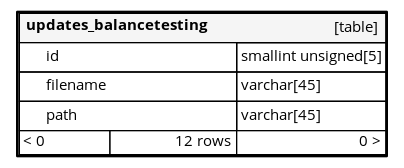
Before: diagrams/orphans/updates_balancetesting.1degree.png, a diagram exported from Graphviz (FAForever/db). Its source is kept beside it as diagrams/orphans/updates_balancetesting.1degree.dot. Source of this version:
```dot
digraph "updates_balancetesting" {
  graph [
    rankdir="RL"
    bgcolor="#ffffff"
    nodesep="0.18"
    ranksep="0.46"
    fontname="Helvetica"
    fontsize="11"
    ration="compress"
  ];
  node [
    fontname="Helvetica"
    fontsize="11"
    shape="plaintext"
  ];
  edge [
    arrowsize="0.8"
  ];
  "updates_balancetesting" [
   label=<
    <TABLE BORDER="2" CELLBORDER="1" CELLSPACING="0" BGCOLOR="#ffffff">
      <TR><TD COLSPAN="4"  BGCOLOR="#f5f5f5"><TABLE BORDER="0" CELLSPACING="0"><TR><TD ALIGN="LEFT"><B>updates_balancetesting</B></TD><TD ALIGN="RIGHT">[table]</TD></TR></TABLE></TD></TR>
      <TR><TD PORT="id" COLSPAN="2" BGCOLOR="#ffffff" ALIGN="LEFT"><TABLE BORDER="0" CELLSPACING="0" ALIGN="LEFT"><TR ALIGN="LEFT"><TD ALIGN="LEFT" FIXEDSIZE="TRUE" WIDTH="15" HEIGHT="16"></TD><TD ALIGN="LEFT" FIXEDSIZE="TRUE" WIDTH="142" HEIGHT="16">id</TD></TR></TABLE></TD><TD PORT="id.type" ALIGN="LEFT">smallint unsigned[5]</TD></TR>
      <TR><TD PORT="filename" COLSPAN="2" ALIGN="LEFT"><TABLE BORDER="0" CELLSPACING="0" ALIGN="LEFT"><TR ALIGN="LEFT"><TD ALIGN="LEFT" FIXEDSIZE="TRUE" WIDTH="15" HEIGHT="16"></TD><TD ALIGN="LEFT" FIXEDSIZE="TRUE" WIDTH="142" HEIGHT="16">filename</TD></TR></TABLE></TD><TD PORT="filename.type" ALIGN="LEFT">varchar[45]</TD></TR>
      <TR><TD PORT="path" COLSPAN="2" ALIGN="LEFT"><TABLE BORDER="0" CELLSPACING="0" ALIGN="LEFT"><TR ALIGN="LEFT"><TD ALIGN="LEFT" FIXEDSIZE="TRUE" WIDTH="15" HEIGHT="16"></TD><TD ALIGN="LEFT" FIXEDSIZE="TRUE" WIDTH="142" HEIGHT="16">path</TD></TR></TABLE></TD><TD PORT="path.type" ALIGN="LEFT">varchar[45]</TD></TR>
      <TR><TD ALIGN="LEFT" BGCOLOR="#ffffff">&lt; 0</TD><TD ALIGN="RIGHT" BGCOLOR="#ffffff">12 rows</TD><TD ALIGN="RIGHT" BGCOLOR="#ffffff">0 &gt;</TD></TR>
    </TABLE>>
    URL="tables/updates_balancetesting.html"
    target="_top"
    tooltip="updates_balancetesting"
  ];
}
```
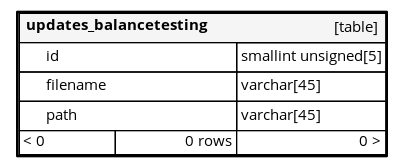
After the change.

What changed in the source:
```diff
@@ -23,7 +23,7 @@
       <TR><TD PORT="id" COLSPAN="2" BGCOLOR="#ffffff" ALIGN="LEFT"><TABLE BORDER="0" CELLSPACING="0" ALIGN="LEFT"><TR ALIGN="LEFT"><TD ALIGN="LEFT" FIXEDSIZE="TRUE" WIDTH="15" HEIGHT="16"></TD><TD ALIGN="LEFT" FIXEDSIZE="TRUE" WIDTH="142" HEIGHT="16">id</TD></TR></TABLE></TD><TD PORT="id.type" ALIGN="LEFT">smallint unsigned[5]</TD></TR>
       <TR><TD PORT="filename" COLSPAN="2" ALIGN="LEFT"><TABLE BORDER="0" CELLSPACING="0" ALIGN="LEFT"><TR ALIGN="LEFT"><TD ALIGN="LEFT" FIXEDSIZE="TRUE" WIDTH="15" HEIGHT="16"></TD><TD ALIGN="LEFT" FIXEDSIZE="TRUE" WIDTH="142" HEIGHT="16">filename</TD></TR></TABLE></TD><TD PORT="filename.type" ALIGN="LEFT">varchar[45]</TD></TR>
       <TR><TD PORT="path" COLSPAN="2" ALIGN="LEFT"><TABLE BORDER="0" CELLSPACING="0" ALIGN="LEFT"><TR ALIGN="LEFT"><TD ALIGN="LEFT" FIXEDSIZE="TRUE" WIDTH="15" HEIGHT="16"></TD><TD ALIGN="LEFT" FIXEDSIZE="TRUE" WIDTH="142" HEIGHT="16">path</TD></TR></TABLE></TD><TD PORT="path.type" ALIGN="LEFT">varchar[45]</TD></TR>
-      <TR><TD ALIGN="LEFT" BGCOLOR="#ffffff">&lt; 0</TD><TD ALIGN="RIGHT" BGCOLOR="#ffffff">12 rows</TD><TD ALIGN="RIGHT" BGCOLOR="#ffffff">0 &gt;</TD></TR>
+      <TR><TD ALIGN="LEFT" BGCOLOR="#ffffff">&lt; 0</TD><TD ALIGN="RIGHT" BGCOLOR="#ffffff">0 rows</TD><TD ALIGN="RIGHT" BGCOLOR="#ffffff">0 &gt;</TD></TR>
     </TABLE>>
     URL="tables/updates_balancetesting.html"
     target="_top"
```
